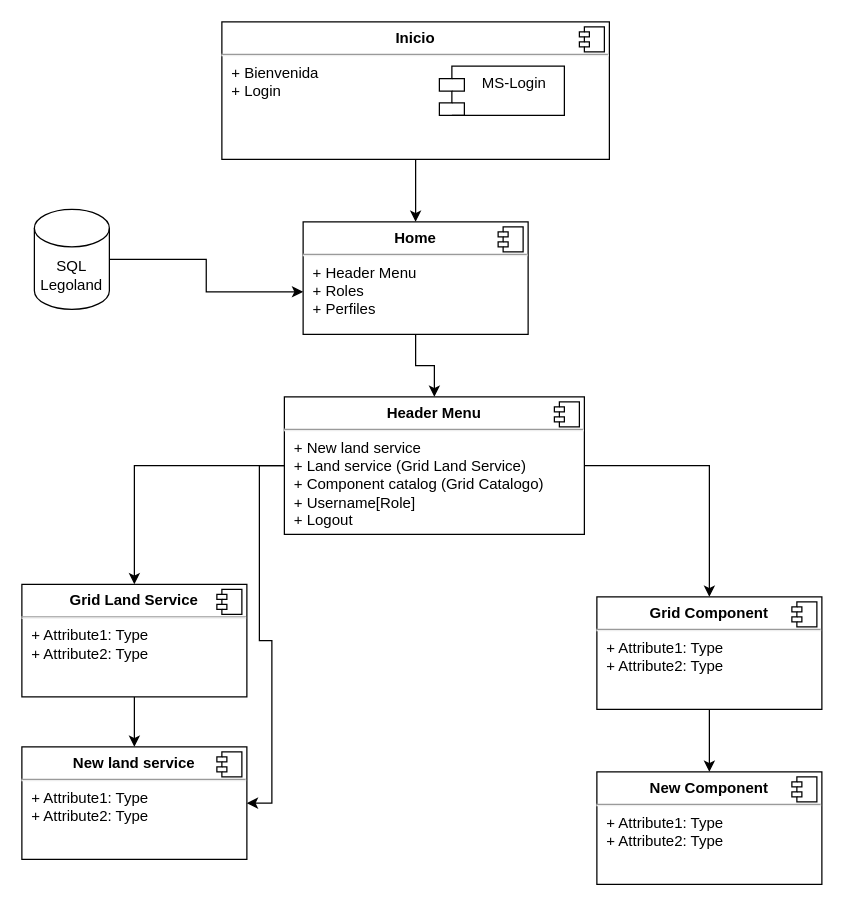
Before: Legoland2.drawio in TecladoZurdo/UML, a draw.io diagram. Source tidied: cells renumbered, new cells numbered last; positions are measured from the earlier drawing's top-left corner, leaving out a move shared by most shapes. Both pictures are drawn from the tidied source at 125%, with x=0, y=0 at pixel (21, 21).
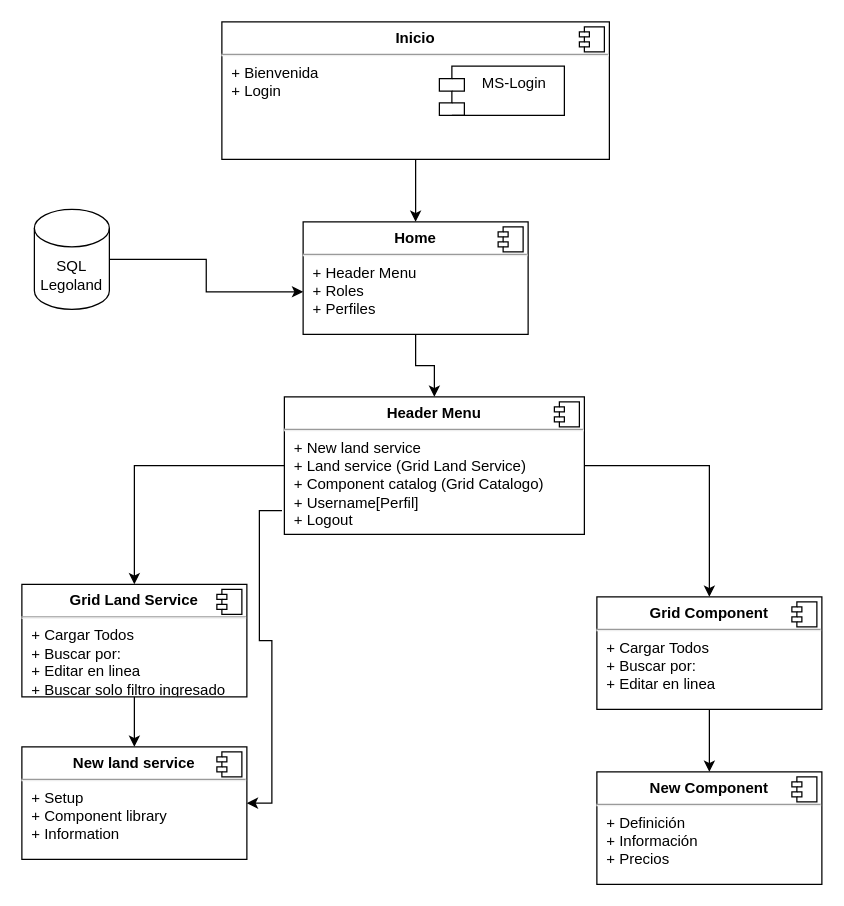
The same diagram, later.

What changed in the source:
```diff
@@
-    <mxCell id="14" style="edgeStyle=orthogonalEdgeStyle;rounded=0;jettySize=auto;html=1;entryX=1;entryY=0.5;entryDx=0;entryDy=0;" parent="1" edge="1" source="15" target="23">
+    <mxCell id="14" style="edgeStyle=orthogonalEdgeStyle;rounded=0;jettySize=auto;html=1;entryX=1;entryY=0.5;entryDx=0;entryDy=0;exitX=-0.008;exitY=0.827;exitDx=0;exitDy=0;exitPerimeter=0;" parent="1" edge="1" source="15" target="23">
       <mxGeometry relative="1" as="geometry" />
     </mxCell>
-    <mxCell id="15" value="&lt;p style=&quot;margin:0px;margin-top:6px;text-align:center;&quot;&gt;&lt;b&gt;Header Menu&lt;/b&gt;&lt;/p&gt;&lt;hr&gt;&lt;p style=&quot;margin:0px;margin-left:8px;&quot;&gt;+ New land service&amp;nbsp;&lt;br&gt;+ Land service (Grid Land Service)&lt;/p&gt;&lt;p style=&quot;margin:0px;margin-left:8px;&quot;&gt;+ Component catalog (Grid Catalogo)&lt;/p&gt;&lt;p style=&quot;margin:0px;margin-left:8px;&quot;&gt;+ Username[Role]&lt;/p&gt;&lt;p style=&quot;margin:0px;margin-left:8px;&quot;&gt;+ Logout&lt;/p&gt;" style="align=left;overflow=fill;html=1;whiteSpace=wrap;" parent="1" vertex="1">
+    <mxCell id="15" value="&lt;p style=&quot;margin:0px;margin-top:6px;text-align:center;&quot;&gt;&lt;b&gt;Header Menu&lt;/b&gt;&lt;/p&gt;&lt;hr&gt;&lt;p style=&quot;margin:0px;margin-left:8px;&quot;&gt;+ New land service&amp;nbsp;&lt;br&gt;+ Land service (Grid Land Service)&lt;/p&gt;&lt;p style=&quot;margin:0px;margin-left:8px;&quot;&gt;+ Component catalog (Grid Catalogo)&lt;/p&gt;&lt;p style=&quot;margin:0px;margin-left:8px;&quot;&gt;+ Username[Perfil]&lt;/p&gt;&lt;p style=&quot;margin:0px;margin-left:8px;&quot;&gt;+ Logout&lt;/p&gt;" style="align=left;overflow=fill;html=1;whiteSpace=wrap;" parent="1" vertex="1">
       <mxGeometry x="210" y="300" width="240" height="110" as="geometry" />
     </mxCell>
@@
-    <mxCell id="18" value="&lt;p style=&quot;margin:0px;margin-top:6px;text-align:center;&quot;&gt;&lt;b&gt;Grid Land Service&lt;/b&gt;&lt;/p&gt;&lt;hr&gt;&lt;p style=&quot;margin:0px;margin-left:8px;&quot;&gt;+ Attribute1: Type&lt;br&gt;+ Attribute2: Type&lt;/p&gt;" style="align=left;overflow=fill;html=1;whiteSpace=wrap;" parent="1" vertex="1">
+    <mxCell id="18" value="&lt;p style=&quot;margin:0px;margin-top:6px;text-align:center;&quot;&gt;&lt;b&gt;Grid Land Service&lt;/b&gt;&lt;/p&gt;&lt;hr&gt;&lt;p style=&quot;margin:0px;margin-left:8px;&quot;&gt;+ Cargar Todos&lt;br&gt;+ Buscar por:&lt;/p&gt;&lt;p style=&quot;margin:0px;margin-left:8px;&quot;&gt;+ Editar en linea&lt;/p&gt;&lt;p style=&quot;margin:0px;margin-left:8px;&quot;&gt;+ Buscar solo filtro ingresado&lt;/p&gt;" style="align=left;overflow=fill;html=1;whiteSpace=wrap;" parent="1" vertex="1">
       <mxGeometry y="450" width="180" height="90" as="geometry" />
     </mxCell>
@@
-    <mxCell id="21" value="&lt;p style=&quot;margin:0px;margin-top:6px;text-align:center;&quot;&gt;&lt;b&gt;Grid Component&lt;/b&gt;&lt;/p&gt;&lt;hr&gt;&lt;p style=&quot;margin:0px;margin-left:8px;&quot;&gt;+ Attribute1: Type&lt;br&gt;+ Attribute2: Type&lt;/p&gt;" style="align=left;overflow=fill;html=1;whiteSpace=wrap;" parent="1" vertex="1">
+    <mxCell id="21" value="&lt;p style=&quot;margin:0px;margin-top:6px;text-align:center;&quot;&gt;&lt;b&gt;Grid Component&lt;/b&gt;&lt;/p&gt;&lt;hr&gt;&lt;p style=&quot;margin:0px;margin-left:8px;&quot;&gt;+ Cargar Todos&lt;br&gt;+ Buscar por:&amp;nbsp;&lt;/p&gt;&lt;p style=&quot;margin:0px;margin-left:8px;&quot;&gt;+ Editar en linea&amp;nbsp;&amp;nbsp;&lt;/p&gt;" style="align=left;overflow=fill;html=1;whiteSpace=wrap;" parent="1" vertex="1">
       <mxGeometry x="460" y="460" width="180" height="90" as="geometry" />
     </mxCell>
@@
-    <mxCell id="23" value="&lt;p style=&quot;margin:0px;margin-top:6px;text-align:center;&quot;&gt;&lt;b&gt;New land service&lt;/b&gt;&lt;/p&gt;&lt;hr&gt;&lt;p style=&quot;margin:0px;margin-left:8px;&quot;&gt;+ Attribute1: Type&lt;br&gt;+ Attribute2: Type&lt;/p&gt;" style="align=left;overflow=fill;html=1;whiteSpace=wrap;" parent="1" vertex="1">
+    <mxCell id="23" value="&lt;p style=&quot;margin:0px;margin-top:6px;text-align:center;&quot;&gt;&lt;b&gt;New land service&lt;/b&gt;&lt;/p&gt;&lt;hr&gt;&lt;p style=&quot;margin:0px;margin-left:8px;&quot;&gt;+ Setup&lt;br&gt;+ Component library&lt;/p&gt;&lt;p style=&quot;margin:0px;margin-left:8px;&quot;&gt;+ Information&lt;/p&gt;" style="align=left;overflow=fill;html=1;whiteSpace=wrap;" parent="1" vertex="1">
       <mxGeometry y="580" width="180" height="90" as="geometry" />
     </mxCell>
@@
-    <mxCell id="25" value="&lt;p style=&quot;margin:0px;margin-top:6px;text-align:center;&quot;&gt;&lt;b&gt;New Component&lt;/b&gt;&lt;/p&gt;&lt;hr&gt;&lt;p style=&quot;margin:0px;margin-left:8px;&quot;&gt;+ Attribute1: Type&lt;br&gt;+ Attribute2: Type&lt;/p&gt;" style="align=left;overflow=fill;html=1;whiteSpace=wrap;" parent="1" vertex="1">
+    <mxCell id="25" value="&lt;p style=&quot;margin:0px;margin-top:6px;text-align:center;&quot;&gt;&lt;b&gt;New Component&lt;/b&gt;&lt;/p&gt;&lt;hr&gt;&lt;p style=&quot;margin:0px;margin-left:8px;&quot;&gt;+ Definición&lt;br&gt;+ Información&lt;/p&gt;&lt;p style=&quot;margin:0px;margin-left:8px;&quot;&gt;+ Precios&lt;/p&gt;" style="align=left;overflow=fill;html=1;whiteSpace=wrap;" parent="1" vertex="1">
       <mxGeometry x="460" y="600" width="180" height="90" as="geometry" />
     </mxCell>
```
